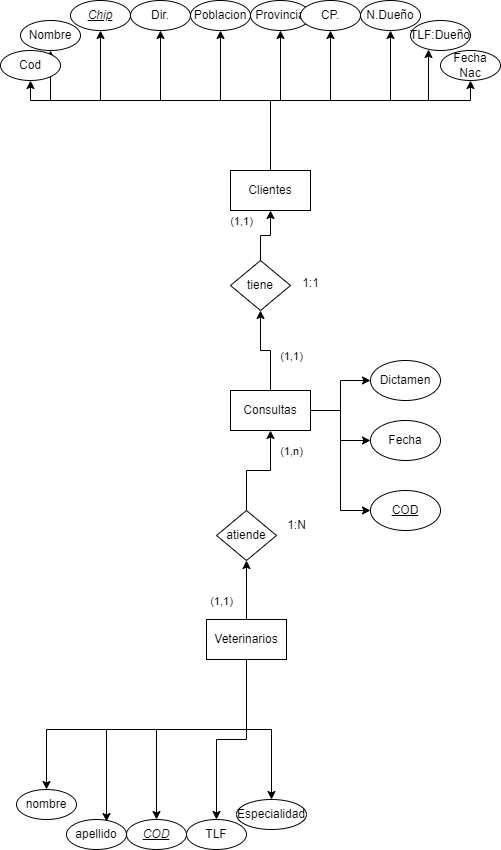
adogonz23/BAE keeps this draw.io diagram as Ejercicios/images/Diagrama_BAE_E4.drawio.png. Above is the earlier version. Source tidied: cells renumbered, new cells last; positions are measured from the earlier drawing's top-left corner, leaving out a move shared by most shapes.
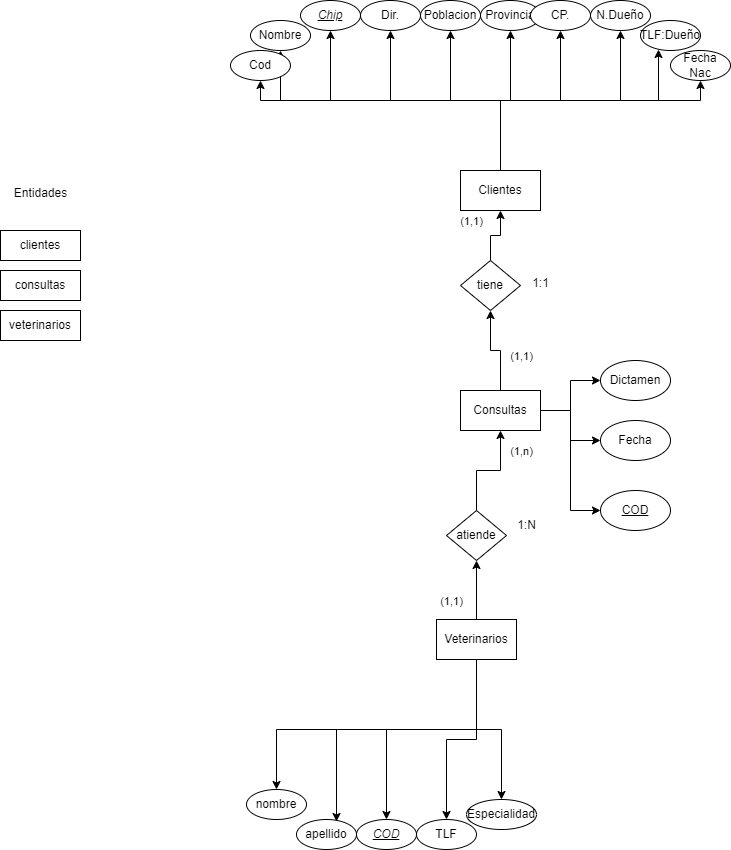
After the commit.

What changed in the source:
```diff
@@ -213,5 +213,17 @@
     <mxCell id="52" value="1:N" style="text;html=1;align=center;verticalAlign=middle;strokeColor=none;fillColor=none;" parent="1" vertex="1">
       <mxGeometry x="276" y="510" width="40" height="30" as="geometry" />
     </mxCell>
+    <mxCell id="53" value="Entidades" style="text;html=1;align=center;verticalAlign=middle;strokeColor=none;fillColor=none;" parent="1" vertex="1">
+      <mxGeometry x="-230" y="178" width="80" height="30" as="geometry" />
+    </mxCell>
+    <mxCell id="54" value="clientes" style="rounded=0;whiteSpace=wrap;html=1;" parent="1" vertex="1">
+      <mxGeometry x="-230" y="230" width="80" height="30" as="geometry" />
+    </mxCell>
+    <mxCell id="55" value="veterinarios" style="rounded=0;whiteSpace=wrap;html=1;" parent="1" vertex="1">
+      <mxGeometry x="-230" y="310" width="80" height="30" as="geometry" />
+    </mxCell>
+    <mxCell id="56" value="consultas" style="rounded=0;whiteSpace=wrap;html=1;" parent="1" vertex="1">
+      <mxGeometry x="-230" y="270" width="80" height="30" as="geometry" />
+    </mxCell>
   </root>
 </mxGraphModel>
```
